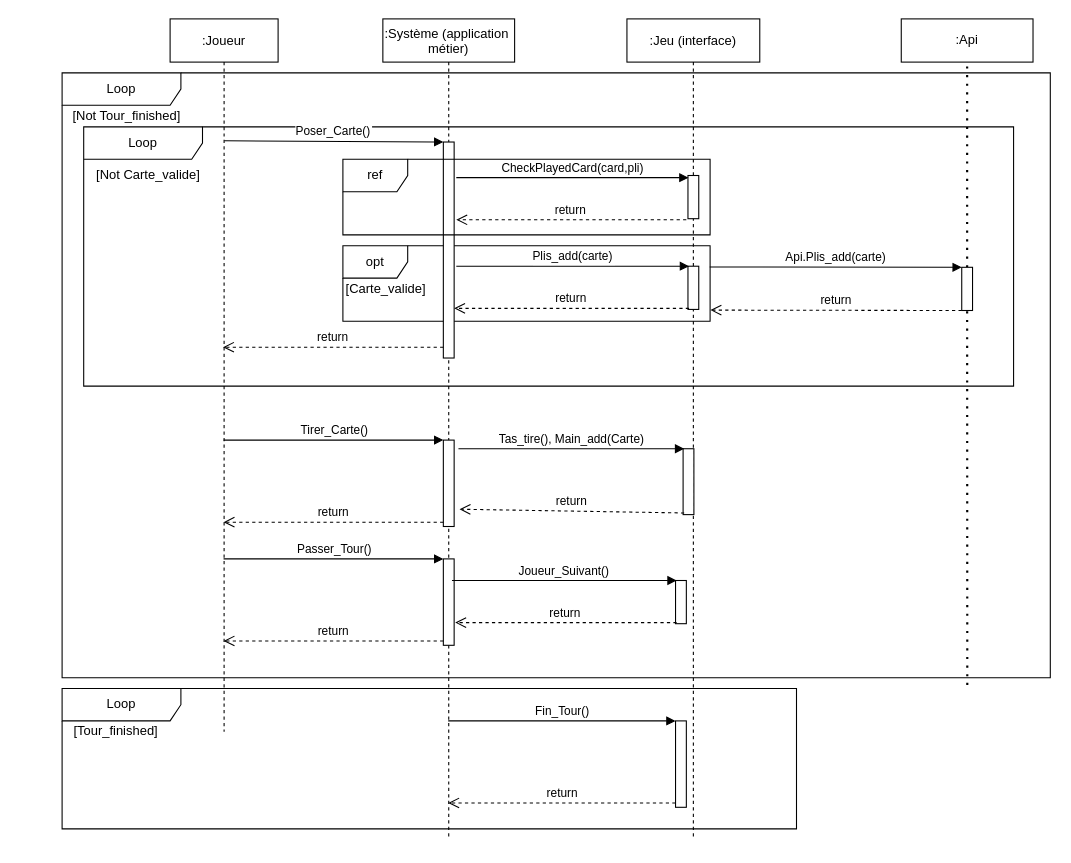
Before: Diagrams/Sequence Diagram Playtime.drawio in MailineN/ProjetInfo2A, a draw.io diagram. Source tidied: cells renumbered, new cells numbered last; positions are measured from the earlier drawing's top-left corner, leaving out a move shared by most shapes. Both pictures are drawn from the tidied source at 108%, with x=0, y=0 at pixel (18, 18).
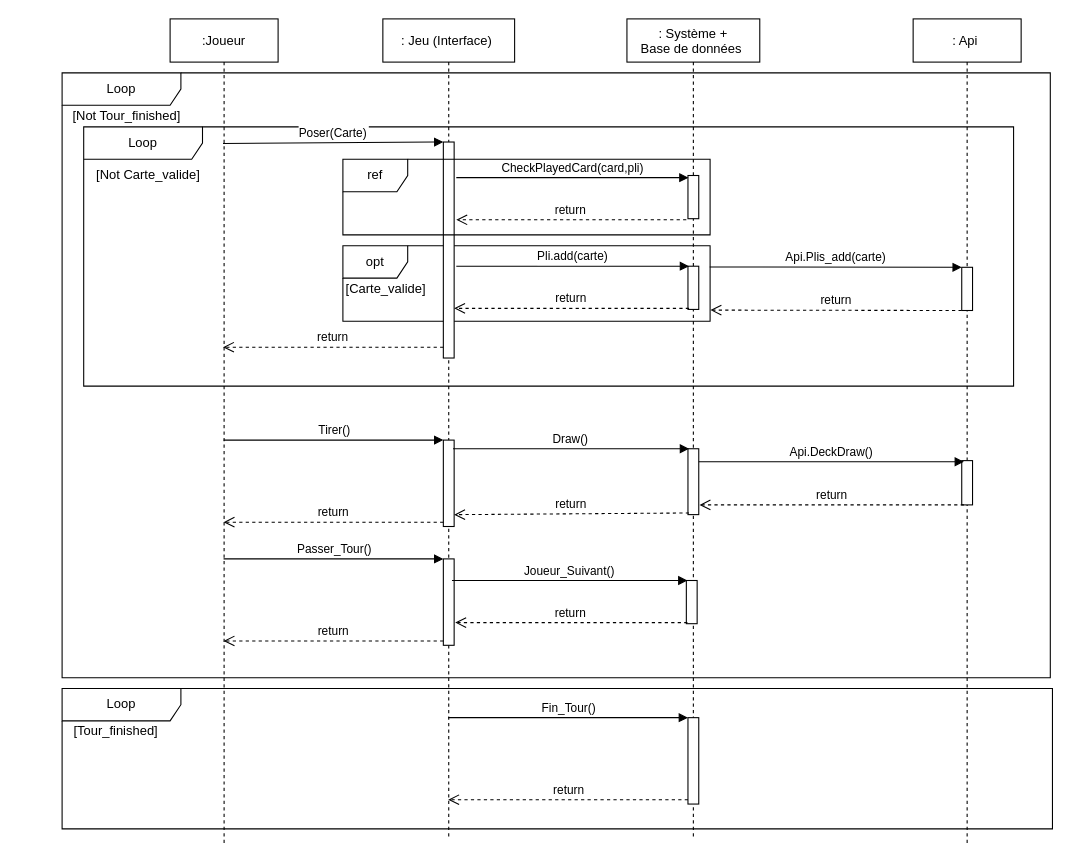
Above is the later version.

The change refers to these unchanged cells:
```xml
<mxCell id="2" value="Loop" style="shape=umlFrame;whiteSpace=wrap;html=1;width=110;height=30;" parent="1" vertex="1">
  <mxGeometry x="40" y="50" width="915" height="560" as="geometry" />
</mxCell>
<mxCell id="8" style="html=1;points=[];perimeter=orthogonalPerimeter;" parent="6" vertex="1">
  <mxGeometry x="56" y="390" width="10" height="80" as="geometry" />
</mxCell>
<mxCell id="13" style="points=[];perimeter=orthogonalPerimeter;rounded=0;shadow=0;strokeWidth=1;" parent="12" vertex="1">
  <mxGeometry x="56.5" y="229" width="10" height="40" as="geometry" />
</mxCell>
```

Change to the diagram source:
```diff
@@
+    <mxCell id="33" value="Loop" style="shape=umlFrame;whiteSpace=wrap;html=1;width=110;height=30;" parent="1" vertex="1">
+      <mxGeometry x="40" y="620" width="917" height="130" as="geometry" />
+    </mxCell>
@@
     <mxCell id="5" value=":Joueur" style="shape=umlLifeline;perimeter=lifelinePerimeter;rounded=0;shadow=0;strokeWidth=1;" parent="1" vertex="1">
-      <mxGeometry x="140" width="100" height="660" as="geometry" />
+      <mxGeometry x="140" width="100" height="764" as="geometry" />
     </mxCell>
-    <mxCell id="6" value=":Système (application &#10;métier)" style="shape=umlLifeline;perimeter=lifelinePerimeter;rounded=0;shadow=0;strokeWidth=1;" parent="1" vertex="1">
+    <mxCell id="6" value=": Jeu (Interface) " style="shape=umlLifeline;perimeter=lifelinePerimeter;rounded=0;shadow=0;strokeWidth=1;" parent="1" vertex="1">
       <mxGeometry x="337" width="122" height="760" as="geometry" />
     </mxCell>
-    <mxCell id="7" style="points=[];perimeter=orthogonalPerimeter;rounded=0;shadow=0;strokeWidth=1;" parent="6" vertex="1">
-      <mxGeometry x="56" y="114" width="10" height="200" as="geometry" />
-    </mxCell>
@@
+    <mxCell id="7" style="points=[];perimeter=orthogonalPerimeter;rounded=0;shadow=0;strokeWidth=1;" parent="6" vertex="1">
+      <mxGeometry x="56" y="114" width="10" height="200" as="geometry" />
+    </mxCell>
@@
-    <mxCell id="11" value="Poser_Carte()" style="verticalAlign=bottom;endArrow=block;entryX=0;entryY=0;shadow=0;strokeWidth=1;exitX=0.502;exitY=0.171;exitDx=0;exitDy=0;exitPerimeter=0;" parent="1" edge="1" source="5" target="7">
+    <mxCell id="11" value="Poser(Carte)" style="verticalAlign=bottom;endArrow=block;entryX=0;entryY=0;shadow=0;strokeWidth=1;exitX=0.49;exitY=0.151;exitDx=0;exitDy=0;exitPerimeter=0;" parent="1" edge="1" source="5" target="7">
       <mxGeometry relative="1" as="geometry" />
     </mxCell>
-    <mxCell id="12" value=":Jeu (interface)" style="shape=umlLifeline;perimeter=lifelinePerimeter;rounded=0;shadow=0;strokeWidth=1;" parent="1" vertex="1">
+    <mxCell id="12" value=": Système + &#10;Base de données " style="shape=umlLifeline;perimeter=lifelinePerimeter;rounded=0;shadow=0;strokeWidth=1;" parent="1" vertex="1">
       <mxGeometry x="563" width="123" height="760" as="geometry" />
     </mxCell>
@@
     <mxCell id="14" style="points=[];perimeter=orthogonalPerimeter;rounded=0;shadow=0;strokeWidth=1;" parent="12" vertex="1">
-      <mxGeometry x="45" y="520" width="10" height="40" as="geometry" />
+      <mxGeometry x="55" y="520" width="10" height="40" as="geometry" />
     </mxCell>
@@
     <mxCell id="17" style="html=1;points=[];perimeter=orthogonalPerimeter;" parent="12" vertex="1">
-      <mxGeometry x="45" y="650" width="10" height="80" as="geometry" />
+      <mxGeometry x="56.5" y="647" width="10" height="80" as="geometry" />
     </mxCell>
+    <mxCell id="25" style="points=[];perimeter=orthogonalPerimeter;rounded=0;shadow=0;strokeWidth=1;" parent="12" vertex="1">
+      <mxGeometry x="56.5" y="398" width="10" height="61" as="geometry" />
+    </mxCell>
-    <mxCell id="18" value="Plis_add(carte)" style="verticalAlign=bottom;endArrow=block;shadow=0;strokeWidth=1;entryX=0.1;entryY=0;entryDx=0;entryDy=0;entryPerimeter=0;" parent="1" edge="1" target="13">
+    <mxCell id="18" value="Pli.add(carte)" style="verticalAlign=bottom;endArrow=block;shadow=0;strokeWidth=1;entryX=0.1;entryY=0;entryDx=0;entryDy=0;entryPerimeter=0;" parent="1" edge="1" target="13">
       <mxGeometry relative="1" as="geometry">
         <mxPoint x="405" y="229" as="sourcePoint" />
       </mxGeometry>
     </mxCell>
@@
-    <mxCell id="23" value="Tirer_Carte()" style="html=1;verticalAlign=bottom;endArrow=block;entryX=0;entryY=0;" parent="1" edge="1" source="5" target="8">
+    <mxCell id="23" value="Tirer()" style="html=1;verticalAlign=bottom;endArrow=block;entryX=0;entryY=0;" parent="1" edge="1" source="5" target="8">
       <mxGeometry relative="1" as="geometry" />
     </mxCell>
@@
-    <mxCell id="25" style="points=[];perimeter=orthogonalPerimeter;rounded=0;shadow=0;strokeWidth=1;" parent="1" vertex="1">
-      <mxGeometry x="615" y="398" width="10" height="61" as="geometry" />
-    </mxCell>
-    <mxCell id="26" value="Tas_tire(), Main_add(Carte)" style="verticalAlign=bottom;endArrow=block;shadow=0;strokeWidth=1;entryX=0.1;entryY=0;entryDx=0;entryDy=0;entryPerimeter=0;" parent="1" edge="1" target="25">
+    <mxCell id="26" value="Draw()" style="verticalAlign=bottom;endArrow=block;shadow=0;strokeWidth=1;entryX=0.1;entryY=0;entryDx=0;entryDy=0;entryPerimeter=0;" parent="1" edge="1" target="25">
       <mxGeometry relative="1" as="geometry">
-        <mxPoint x="407" y="398" as="sourcePoint" />
+        <mxPoint x="402" y="398" as="sourcePoint" />
       </mxGeometry>
     </mxCell>
-    <mxCell id="27" value="return" style="verticalAlign=bottom;endArrow=open;dashed=1;endSize=8;exitX=0.1;exitY=0.975;shadow=0;strokeWidth=1;exitDx=0;exitDy=0;exitPerimeter=0;" parent="1" edge="1" source="25">
-      <mxGeometry relative="1" as="geometry">
-        <mxPoint x="408" y="454" as="targetPoint" />
-      </mxGeometry>
+    <mxCell id="27" value="return" style="verticalAlign=bottom;endArrow=open;dashed=1;endSize=8;exitX=0.1;exitY=0.975;shadow=0;strokeWidth=1;exitDx=0;exitDy=0;exitPerimeter=0;entryX=1;entryY=0.863;entryDx=0;entryDy=0;entryPerimeter=0;" parent="1" edge="1" source="25" target="8">
+      <mxGeometry relative="1" as="geometry" />
     </mxCell>
@@
-    <mxCell id="33" value="Loop" style="shape=umlFrame;whiteSpace=wrap;html=1;width=110;height=30;" parent="1" vertex="1">
-      <mxGeometry x="40" y="620" width="680" height="130" as="geometry" />
-    </mxCell>
@@
-    <mxCell id="38" value=":Api" style="rounded=0;whiteSpace=wrap;html=1;" parent="1" vertex="1">
-      <mxGeometry x="817" width="122" height="40" as="geometry" />
-    </mxCell>
-    <mxCell id="39" style="endArrow=none;dashed=1;html=1;dashPattern=1 3;strokeWidth=2;entryX=0.5;entryY=1;entryDx=0;entryDy=0;" parent="1" edge="1" source="40" target="38">
-      <mxGeometry relative="1" as="geometry" />
-    </mxCell>
-    <mxCell id="40" style="points=[];perimeter=orthogonalPerimeter;rounded=0;shadow=0;strokeWidth=1;" parent="1" vertex="1">
-      <mxGeometry x="873" y="230" width="10" height="40" as="geometry" />
-    </mxCell>
-    <mxCell id="41" style="endArrow=none;dashed=1;html=1;dashPattern=1 3;strokeWidth=2;entryX=0.5;entryY=1;entryDx=0;entryDy=0;exitX=0.916;exitY=1.012;exitDx=0;exitDy=0;exitPerimeter=0;" parent="1" edge="1" source="2" target="40">
-      <mxGeometry relative="1" as="geometry" />
-    </mxCell>
@@
+    <mxCell id="44" value=": Api " style="shape=umlLifeline;perimeter=lifelinePerimeter;rounded=0;shadow=0;strokeWidth=1;" parent="1" vertex="1">
+      <mxGeometry x="828" width="100" height="764" as="geometry" />
+    </mxCell>
+    <mxCell id="45" style="points=[];perimeter=orthogonalPerimeter;rounded=0;shadow=0;strokeWidth=1;" parent="44" vertex="1">
+      <mxGeometry x="45" y="409" width="10" height="41" as="geometry" />
+    </mxCell>
+    <mxCell id="40" style="points=[];perimeter=orthogonalPerimeter;rounded=0;shadow=0;strokeWidth=1;" parent="1" vertex="1">
+      <mxGeometry x="873" y="230" width="10" height="40" as="geometry" />
+    </mxCell>
+    <mxCell id="46" value="Api.DeckDraw()" style="verticalAlign=bottom;endArrow=block;shadow=0;strokeWidth=1;entryX=0.2;entryY=0.025;entryDx=0;entryDy=0;entryPerimeter=0;exitX=0.999;exitY=0.281;exitDx=0;exitDy=0;exitPerimeter=0;" parent="1" edge="1" target="45">
+      <mxGeometry relative="1" as="geometry">
+        <mxPoint x="629.5" y="410" as="sourcePoint" />
+      </mxGeometry>
+    </mxCell>
+    <mxCell id="47" value="return" style="verticalAlign=bottom;endArrow=open;dashed=1;endSize=8;exitX=0.2;exitY=1;shadow=0;strokeWidth=1;exitDx=0;exitDy=0;exitPerimeter=0;entryX=1.001;entryY=0.852;entryDx=0;entryDy=0;entryPerimeter=0;" parent="1" edge="1" source="45">
+      <mxGeometry relative="1" as="geometry">
+        <mxPoint x="630.2" y="450" as="targetPoint" />
+      </mxGeometry>
+    </mxCell>
```
